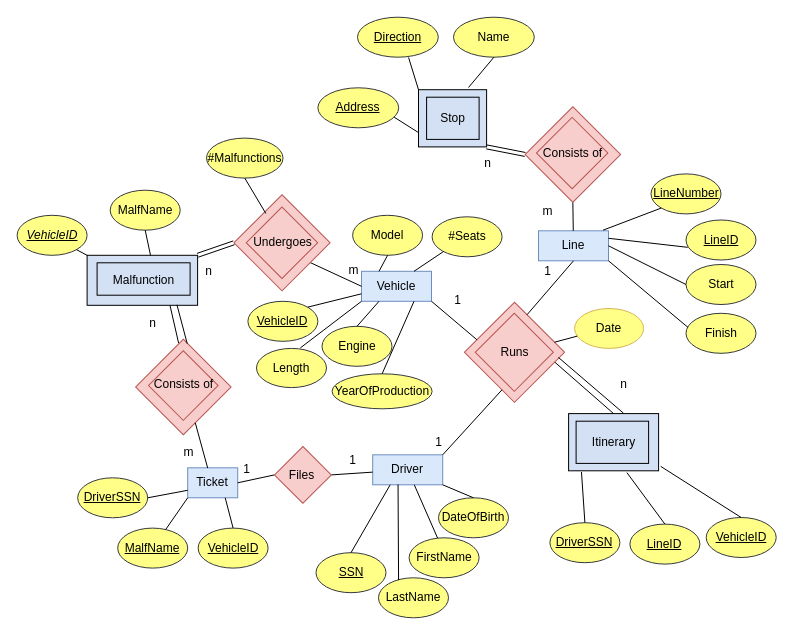
kotsos2000/kotsos2000 keeps this draw.io diagram as Untitled Diagram.drawio. Above is the earlier version. Source tidied: cells renumbered, new cells numbered last; positions are measured from the earlier drawing's top-left corner, leaving out a move shared by most shapes. Both pictures are drawn from the tidied source at 100%, with x=0, y=0 at pixel (17, 17).
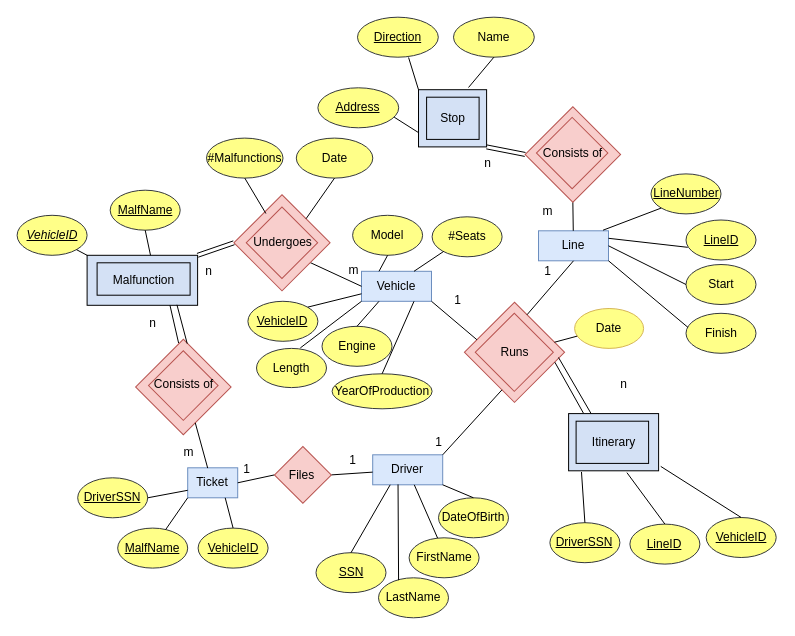
Above is the later version.

The change refers to these unchanged cells:
```xml
<mxCell id="2" style="rounded=0;whiteSpace=wrap;html=1;fillColor=#D4E1F5;" parent="1" vertex="1">
  <mxGeometry x="551.1" y="396.1" width="90" height="57.2" as="geometry" />
</mxCell>
<mxCell id="26" style="rounded=0;whiteSpace=wrap;html=1;fillColor=#D4E1F5;" parent="1" vertex="1">
  <mxGeometry x="401" y="72.2" width="68.1" height="57.2" as="geometry" />
</mxCell>
<mxCell id="28" style="whiteSpace=wrap;html=1;rotation=45;fillColor=#f8cecc;strokeColor=#b85450;" parent="1" vertex="1">
  <mxGeometry x="461.6" y="299.4" width="70.8" height="70.8" as="geometry" />
</mxCell>
<mxCell id="31" style="whiteSpace=wrap;html=1;rotation=45;fillColor=#f8cecc;strokeColor=#b85450;" parent="1" vertex="1">
  <mxGeometry x="521.6" y="103.2" width="67.5" height="67.5" as="geometry" />
</mxCell>
<mxCell id="34" style="whiteSpace=wrap;html=1;rotation=45;fillColor=#f8cecc;strokeColor=#b85450;" parent="1" vertex="1">
  <mxGeometry x="230.5" y="191.3" width="68" height="68" as="geometry" />
</mxCell>
```

Diff of the diagram source:
```diff
@@
-    <mxCell id="8" style="shape=link;html=1;rounded=0;exitX=1;exitY=1;exitDx=0;exitDy=0;entryX=0;entryY=1;entryDx=0;entryDy=0;" parent="1" edge="1" source="26" target="31">
+    <mxCell id="8" style="shape=link;html=1;rounded=0;entryX=0;entryY=1;entryDx=0;entryDy=0;exitX=1;exitY=1;exitDx=0;exitDy=0;" parent="1" edge="1" source="26" target="31">
       <mxGeometry relative="1" as="geometry" />
     </mxCell>
@@
-    <mxCell id="51" value="MalfName" style="ellipse;whiteSpace=wrap;html=1;fillColor=#ffff88;strokeColor=#36393d;" parent="1" vertex="1">
+    <mxCell id="51" value="&lt;u&gt;MalfName&lt;/u&gt;" style="ellipse;whiteSpace=wrap;html=1;fillColor=#ffff88;strokeColor=#36393d;" parent="1" vertex="1">
       <mxGeometry x="92.7" y="172.7" width="70" height="40" as="geometry" />
     </mxCell>
@@
-    <mxCell id="99" style="endArrow=none;html=1;rounded=0;entryX=0.5;entryY=0;entryDx=0;entryDy=0;exitX=1.002;exitY=0.196;exitDx=0;exitDy=0;exitPerimeter=0;" parent="1" edge="1" source="28" target="2">
+    <mxCell id="99" style="endArrow=none;html=1;rounded=0;entryX=0.164;entryY=-0.01;entryDx=0;entryDy=0;exitX=1.002;exitY=0.196;exitDx=0;exitDy=0;exitPerimeter=0;entryPerimeter=0;" parent="1" edge="1" source="28" target="2">
       <mxGeometry relative="1" as="geometry" />
     </mxCell>
@@
-    <mxCell id="105" style="endArrow=none;html=1;rounded=0;exitX=0.61;exitY=-0.007;exitDx=0;exitDy=0;exitPerimeter=0;" parent="1" edge="1" source="2">
+    <mxCell id="105" style="endArrow=none;html=1;rounded=0;exitX=0.25;exitY=0;exitDx=0;exitDy=0;" parent="1" edge="1" source="2">
       <mxGeometry relative="1" as="geometry">
         <mxPoint x="541" y="340" as="targetPoint" />
       </mxGeometry>
     </mxCell>
@@
+    <mxCell id="109" value="Date" style="ellipse;whiteSpace=wrap;html=1;fillColor=#ffff88;strokeColor=#36393d;" parent="1" vertex="1">
+      <mxGeometry x="278.8" y="120.6" width="76.5" height="40" as="geometry" />
+    </mxCell>
+    <mxCell id="110" style="endArrow=none;html=1;rounded=0;entryX=0.5;entryY=1;entryDx=0;entryDy=0;exitX=0.5;exitY=0;exitDx=0;exitDy=0;" parent="1" edge="1" source="34" target="109">
+      <mxGeometry relative="1" as="geometry" />
+    </mxCell>
```
